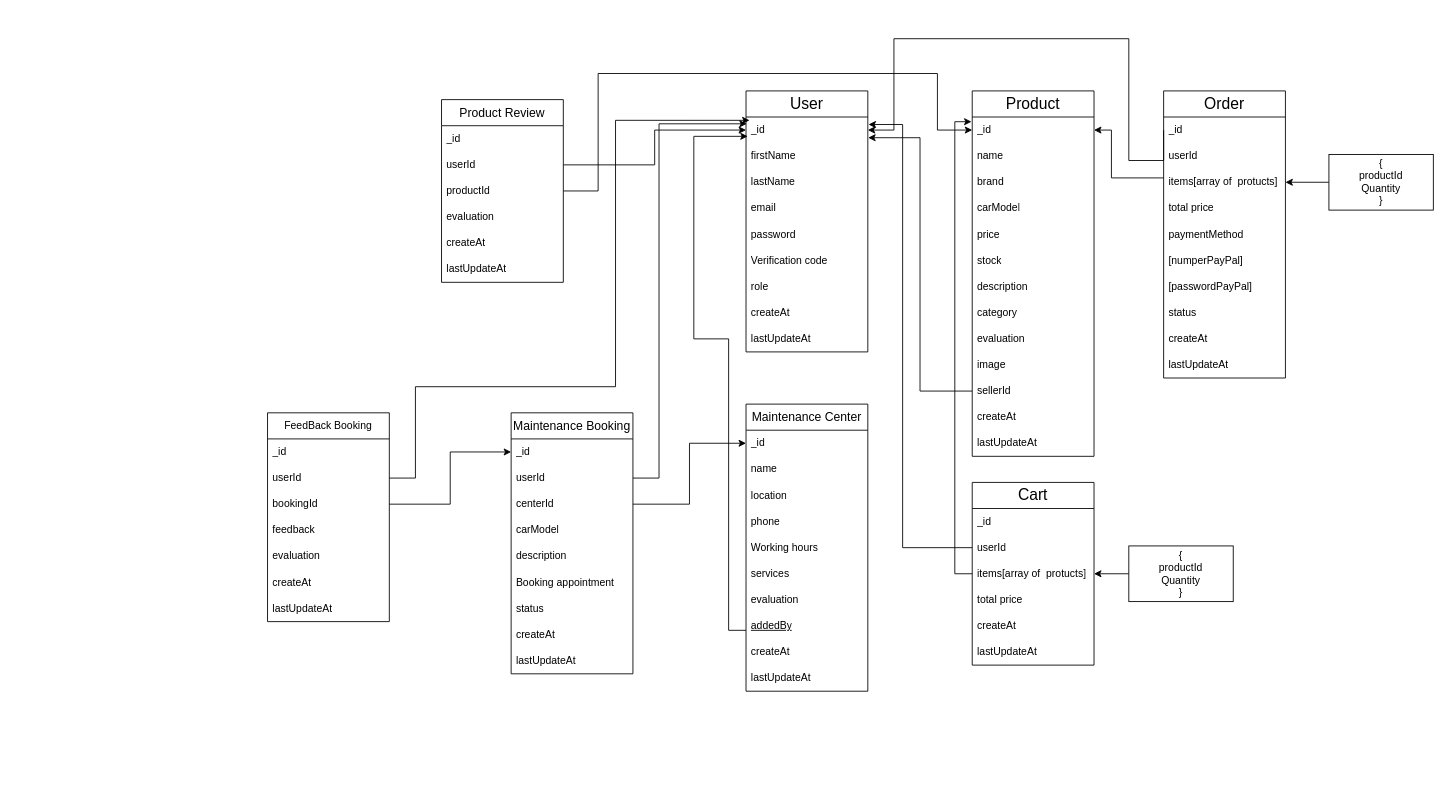
The draw.io diagram cars Project.drawio in ayaabduljawad750-cyber/CarsProject, before the edit. Source tidied: cells renumbered, new cells numbered last; positions are measured from the earlier drawing's top-left corner, leaving out a move shared by most shapes. Both pictures are drawn from the tidied source at 87%, with x=0, y=0 at pixel (267, 38).
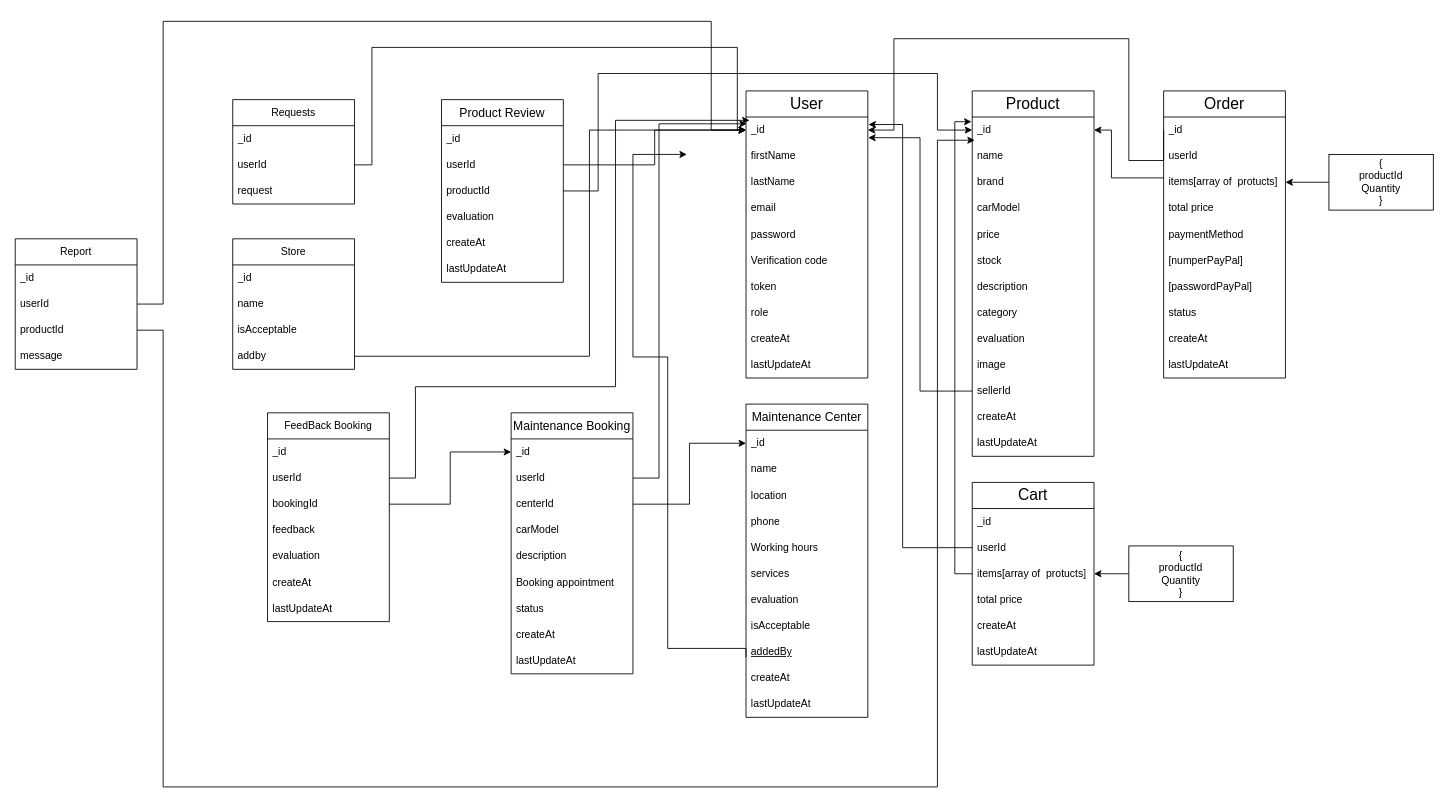
After the change.

The change refers to these unchanged cells:
```xml
<mxCell id="3" value="_id" style="text;strokeColor=none;fillColor=none;align=left;verticalAlign=middle;spacingLeft=4;spacingRight=4;overflow=hidden;points=[[0,0.5],[1,0.5]];portConstraint=eastwest;whiteSpace=wrap;html=1;" parent="2" vertex="1">
  <mxGeometry y="30" width="140" height="30" as="geometry" />
</mxCell>
<mxCell id="13" value="_id" style="text;strokeColor=none;fillColor=none;align=left;verticalAlign=middle;spacingLeft=4;spacingRight=4;overflow=hidden;points=[[0,0.5],[1,0.5]];portConstraint=eastwest;whiteSpace=wrap;html=1;" parent="12" vertex="1">
  <mxGeometry y="30" width="140" height="30" as="geometry" />
</mxCell>
```

What changed in the source:
```diff
@@
     <mxCell id="2" value="&lt;font style=&quot;font-size: 18px;&quot;&gt;User&lt;/font&gt;" style="swimlane;fontStyle=0;horizontal=1;startSize=30;whiteSpace=wrap;html=1;" parent="1" vertex="1">
-      <mxGeometry x="550" y="60" width="140" height="300" as="geometry" />
+      <mxGeometry x="550" y="60" width="140" height="330" as="geometry" />
     </mxCell>
@@
+    <mxCell id="96" value="token" style="text;strokeColor=none;fillColor=none;align=left;verticalAlign=middle;spacingLeft=4;spacingRight=4;overflow=hidden;whiteSpace=wrap;html=1;" parent="2" vertex="1">
+      <mxGeometry y="210" width="140" height="30" as="geometry" />
+    </mxCell>
     <mxCell id="9" value="role" style="text;strokeColor=none;fillColor=none;align=left;verticalAlign=middle;spacingLeft=4;spacingRight=4;overflow=hidden;whiteSpace=wrap;html=1;" parent="2" vertex="1">
-      <mxGeometry y="210" width="140" height="30" as="geometry" />
+      <mxGeometry y="240" width="140" height="30" as="geometry" />
     </mxCell>
     <mxCell id="10" value="createAt" style="text;strokeColor=none;fillColor=none;align=left;verticalAlign=middle;spacingLeft=4;spacingRight=4;overflow=hidden;whiteSpace=wrap;html=1;" parent="2" vertex="1">
-      <mxGeometry y="240" width="140" height="30" as="geometry" />
+      <mxGeometry y="270" width="140" height="30" as="geometry" />
     </mxCell>
     <mxCell id="11" value="lastUpdateAt" style="text;strokeColor=none;fillColor=none;align=left;verticalAlign=middle;spacingLeft=4;spacingRight=4;overflow=hidden;whiteSpace=wrap;html=1;" parent="2" vertex="1">
-      <mxGeometry y="270" width="140" height="30" as="geometry" />
+      <mxGeometry y="300" width="140" height="30" as="geometry" />
     </mxCell>
@@
     <mxCell id="26" value="&lt;font style=&quot;font-size: 14px;&quot;&gt;Maintenance Center&lt;/font&gt;" style="swimlane;fontStyle=0;horizontal=1;startSize=30;whiteSpace=wrap;html=1;" parent="1" vertex="1">
-      <mxGeometry x="550" y="420" width="140" height="330" as="geometry" />
+      <mxGeometry x="550" y="420" width="140" height="360" as="geometry" />
     </mxCell>
@@
+    <mxCell id="97" value="isAcceptable" style="text;strokeColor=none;fillColor=none;align=left;verticalAlign=middle;spacingLeft=4;spacingRight=4;overflow=hidden;whiteSpace=wrap;html=1;" parent="26" vertex="1">
+      <mxGeometry y="240" width="140" height="30" as="geometry" />
+    </mxCell>
     <mxCell id="34" value="&lt;u&gt;addedBy&lt;/u&gt;" style="text;strokeColor=none;fillColor=none;align=left;verticalAlign=middle;spacingLeft=4;spacingRight=4;overflow=hidden;points=[[0,0.5],[1,0.5]];portConstraint=eastwest;whiteSpace=wrap;html=1;" parent="26" vertex="1">
-      <mxGeometry y="240" width="140" height="30" as="geometry" />
+      <mxGeometry y="270" width="140" height="30" as="geometry" />
     </mxCell>
     <mxCell id="35" value="createAt" style="text;strokeColor=none;fillColor=none;align=left;verticalAlign=middle;spacingLeft=4;spacingRight=4;overflow=hidden;whiteSpace=wrap;html=1;" parent="26" vertex="1">
-      <mxGeometry y="270" width="140" height="30" as="geometry" />
+      <mxGeometry y="300" width="140" height="30" as="geometry" />
     </mxCell>
     <mxCell id="36" value="lastUpdateAt" style="text;strokeColor=none;fillColor=none;align=left;verticalAlign=middle;spacingLeft=4;spacingRight=4;overflow=hidden;whiteSpace=wrap;html=1;" parent="26" vertex="1">
-      <mxGeometry y="300" width="140" height="30" as="geometry" />
+      <mxGeometry y="330" width="140" height="30" as="geometry" />
     </mxCell>
-    <mxCell id="37" style="edgeStyle=orthogonalEdgeStyle;rounded=0;jettySize=auto;html=1;entryX=0.014;entryY=0.74;entryDx=0;entryDy=0;entryPerimeter=0;" parent="1" edge="1" source="34" target="3">
+    <mxCell id="37" style="edgeStyle=orthogonalEdgeStyle;rounded=0;orthogonalLoop=1;jettySize=auto;html=1;entryX=0.014;entryY=0.74;entryDx=0;entryDy=0;entryPerimeter=0;" parent="1" edge="1">
       <mxGeometry relative="1" as="geometry">
+        <mxPoint x="550" y="710.8" as="sourcePoint" />
+        <mxPoint x="482" y="133" as="targetPoint" />
         <Array as="points">
-          <mxPoint x="530" y="680" />
-          <mxPoint x="530" y="345" />
-          <mxPoint x="490" y="345" />
-          <mxPoint x="490" y="112" />
+          <mxPoint x="460" y="700.8" />
+          <mxPoint x="460" y="365.8" />
+          <mxPoint x="420" y="365.8" />
+          <mxPoint x="420" y="132.8" />
         </Array>
       </mxGeometry>
     </mxCell>
@@
+    <mxCell id="98" value="Requests" style="swimlane;fontStyle=0;horizontal=1;startSize=30;whiteSpace=wrap;html=1;" parent="1" vertex="1">
+      <mxGeometry x="-40" y="70" width="140" height="120" as="geometry" />
+    </mxCell>
+    <mxCell id="99" value="_id" style="text;strokeColor=none;fillColor=none;align=left;verticalAlign=middle;spacingLeft=4;spacingRight=4;overflow=hidden;whiteSpace=wrap;html=1;" parent="98" vertex="1">
+      <mxGeometry y="30" width="140" height="30" as="geometry" />
+    </mxCell>
+    <mxCell id="100" value="userId" style="text;strokeColor=none;fillColor=none;align=left;verticalAlign=middle;spacingLeft=4;spacingRight=4;overflow=hidden;points=[[0,0.5],[1,0.5]];portConstraint=eastwest;whiteSpace=wrap;html=1;" parent="98" vertex="1">
+      <mxGeometry y="60" width="140" height="30" as="geometry" />
+    </mxCell>
+    <mxCell id="101" value="request" style="text;strokeColor=none;fillColor=none;align=left;verticalAlign=middle;spacingLeft=4;spacingRight=4;overflow=hidden;whiteSpace=wrap;html=1;" parent="98" vertex="1">
+      <mxGeometry y="90" width="140" height="30" as="geometry" />
+    </mxCell>
+    <mxCell id="102" style="edgeStyle=orthogonalEdgeStyle;rounded=0;jettySize=auto;html=1;" parent="1" edge="1" source="100" target="3">
+      <mxGeometry relative="1" as="geometry">
+        <Array as="points">
+          <mxPoint x="120" y="145" />
+          <mxPoint x="120" y="10" />
+          <mxPoint x="540" y="10" />
+          <mxPoint x="540" y="105" />
+        </Array>
+      </mxGeometry>
+    </mxCell>
+    <mxCell id="103" value="Store" style="swimlane;fontStyle=0;horizontal=1;startSize=30;whiteSpace=wrap;html=1;" parent="1" vertex="1">
+      <mxGeometry x="-40" y="230" width="140" height="150" as="geometry" />
+    </mxCell>
+    <mxCell id="104" value="_id" style="text;strokeColor=none;fillColor=none;align=left;verticalAlign=middle;spacingLeft=4;spacingRight=4;overflow=hidden;whiteSpace=wrap;html=1;" parent="103" vertex="1">
+      <mxGeometry y="30" width="140" height="30" as="geometry" />
+    </mxCell>
+    <mxCell id="105" value="name" style="text;strokeColor=none;fillColor=none;align=left;verticalAlign=middle;spacingLeft=4;spacingRight=4;overflow=hidden;whiteSpace=wrap;html=1;" parent="103" vertex="1">
+      <mxGeometry y="60" width="140" height="30" as="geometry" />
+    </mxCell>
+    <mxCell id="106" value="isAcceptable" style="text;strokeColor=none;fillColor=none;align=left;verticalAlign=middle;spacingLeft=4;spacingRight=4;overflow=hidden;whiteSpace=wrap;html=1;" parent="103" vertex="1">
+      <mxGeometry y="90" width="140" height="30" as="geometry" />
+    </mxCell>
+    <mxCell id="107" value="addby" style="text;strokeColor=none;fillColor=none;align=left;verticalAlign=middle;spacingLeft=4;spacingRight=4;overflow=hidden;points=[[0,0.5],[1,0.5]];portConstraint=eastwest;whiteSpace=wrap;html=1;" parent="103" vertex="1">
+      <mxGeometry y="120" width="140" height="30" as="geometry" />
+    </mxCell>
+    <mxCell id="108" style="edgeStyle=orthogonalEdgeStyle;rounded=0;jettySize=auto;html=1;entryX=0;entryY=0.5;entryDx=0;entryDy=0;" parent="1" edge="1" source="107" target="3">
+      <mxGeometry relative="1" as="geometry">
+        <Array as="points">
+          <mxPoint x="370" y="365" />
+          <mxPoint x="370" y="105" />
+        </Array>
+      </mxGeometry>
+    </mxCell>
+    <mxCell id="109" value="Report" style="swimlane;fontStyle=0;horizontal=1;startSize=30;whiteSpace=wrap;html=1;" parent="1" vertex="1">
+      <mxGeometry x="-290" y="230" width="140" height="150" as="geometry" />
+    </mxCell>
+    <mxCell id="110" value="_id" style="text;strokeColor=none;fillColor=none;align=left;verticalAlign=middle;spacingLeft=4;spacingRight=4;overflow=hidden;whiteSpace=wrap;html=1;" parent="109" vertex="1">
+      <mxGeometry y="30" width="140" height="30" as="geometry" />
+    </mxCell>
+    <mxCell id="111" value="userId" style="text;strokeColor=none;fillColor=none;align=left;verticalAlign=middle;spacingLeft=4;spacingRight=4;overflow=hidden;points=[[0,0.5],[1,0.5]];portConstraint=eastwest;whiteSpace=wrap;html=1;" parent="109" vertex="1">
+      <mxGeometry y="60" width="140" height="30" as="geometry" />
+    </mxCell>
+    <mxCell id="112" value="productId" style="text;strokeColor=none;fillColor=none;align=left;verticalAlign=middle;spacingLeft=4;spacingRight=4;overflow=hidden;points=[[0,0.5],[1,0.5]];portConstraint=eastwest;whiteSpace=wrap;html=1;" parent="109" vertex="1">
+      <mxGeometry y="90" width="140" height="30" as="geometry" />
+    </mxCell>
+    <mxCell id="113" value="message" style="text;strokeColor=none;fillColor=none;align=left;verticalAlign=middle;spacingLeft=4;spacingRight=4;overflow=hidden;whiteSpace=wrap;html=1;" parent="109" vertex="1">
+      <mxGeometry y="120" width="140" height="30" as="geometry" />
+    </mxCell>
+    <mxCell id="114" style="edgeStyle=orthogonalEdgeStyle;rounded=0;jettySize=auto;html=1;exitX=1;exitY=0.5;exitDx=0;exitDy=0;entryX=0;entryY=0.5;entryDx=0;entryDy=0;" parent="1" edge="1" source="111" target="3">
+      <mxGeometry relative="1" as="geometry">
+        <Array as="points">
+          <mxPoint x="-120" y="305" />
+          <mxPoint x="-120" y="-20" />
+          <mxPoint x="510" y="-20" />
+          <mxPoint x="510" y="105" />
+        </Array>
+      </mxGeometry>
+    </mxCell>
+    <mxCell id="115" style="edgeStyle=orthogonalEdgeStyle;rounded=0;jettySize=auto;html=1;entryX=0.021;entryY=0.889;entryDx=0;entryDy=0;entryPerimeter=0;exitX=1;exitY=0.5;exitDx=0;exitDy=0;" parent="1" edge="1" source="112" target="13">
+      <mxGeometry relative="1" as="geometry">
+        <Array as="points">
+          <mxPoint x="-120" y="335" />
+          <mxPoint x="-120" y="860" />
+          <mxPoint x="770" y="860" />
+          <mxPoint x="770" y="117" />
+        </Array>
+      </mxGeometry>
+    </mxCell>
```
